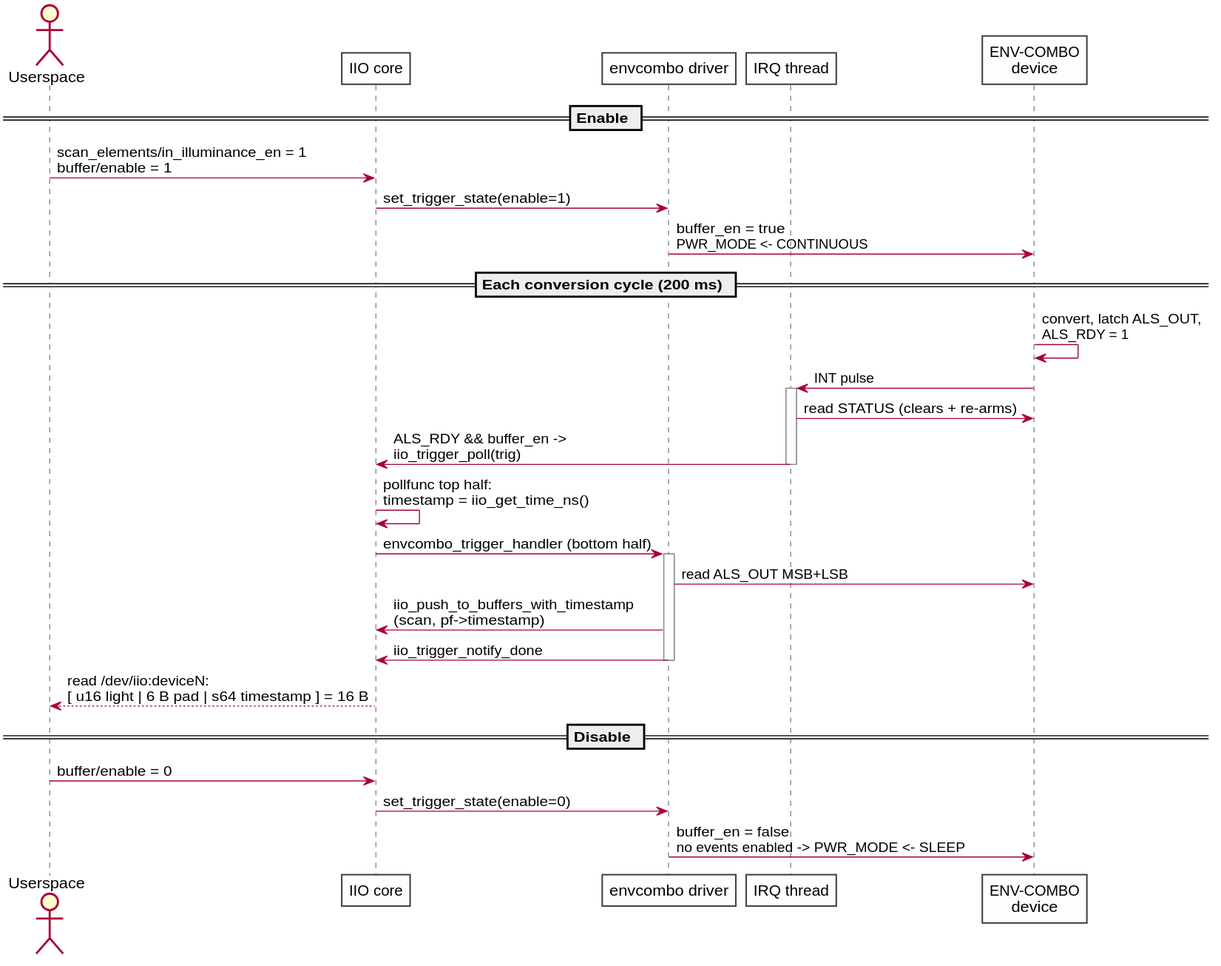
This is docs/diagrams/buffer-flow-seq.svg from giltabibian/NanitComboSensor, a PlantUML export, as it was before one commit. The source it was exported from:
```plantuml
@startuml buffer-flow-seq
skinparam shadowing false
skinparam defaultFontName Helvetica
skinparam sequence {
  ParticipantBackgroundColor #FDFDFD
  ParticipantBorderColor #444444
  LifeLineBorderColor #888888
}

actor Userspace as US
participant "IIO core" as IIO
participant "envcombo driver" as DRV
participant "IRQ thread" as IRQ
participant "ENV-COMBO\ndevice" as HW

== Enable ==
US -> IIO : scan_elements/in_illuminance_en = 1\nbuffer/enable = 1
IIO -> DRV : set_trigger_state(enable=1)
DRV -> HW : buffer_en = true\nPWR_MODE <- CONTINUOUS

== Each conversion cycle (200 ms) ==
HW -> HW : convert, latch ALS_OUT,\nALS_RDY = 1
HW -> IRQ : INT pulse
activate IRQ
IRQ -> HW : read STATUS (clears + re-arms)
IRQ -> IIO : ALS_RDY && buffer_en ->\niio_trigger_poll(trig)
deactivate IRQ
IIO -> IIO : pollfunc top half:\ntimestamp = iio_get_time_ns()
IIO -> DRV : envcombo_trigger_handler (bottom half)
activate DRV
DRV -> HW : read ALS_OUT MSB+LSB
DRV -> IIO : iio_push_to_buffers_with_timestamp\n(scan, pf->timestamp)
DRV -> IIO : iio_trigger_notify_done
deactivate DRV
IIO --> US : read /dev/iio:deviceN:\n[ u16 light | 6 B pad | s64 timestamp ] = 16 B

== Disable ==
US -> IIO : buffer/enable = 0
IIO -> DRV : set_trigger_state(enable=0)
DRV -> HW : buffer_en = false\nno events enabled -> PWR_MODE <- SLEEP
@enduml
```
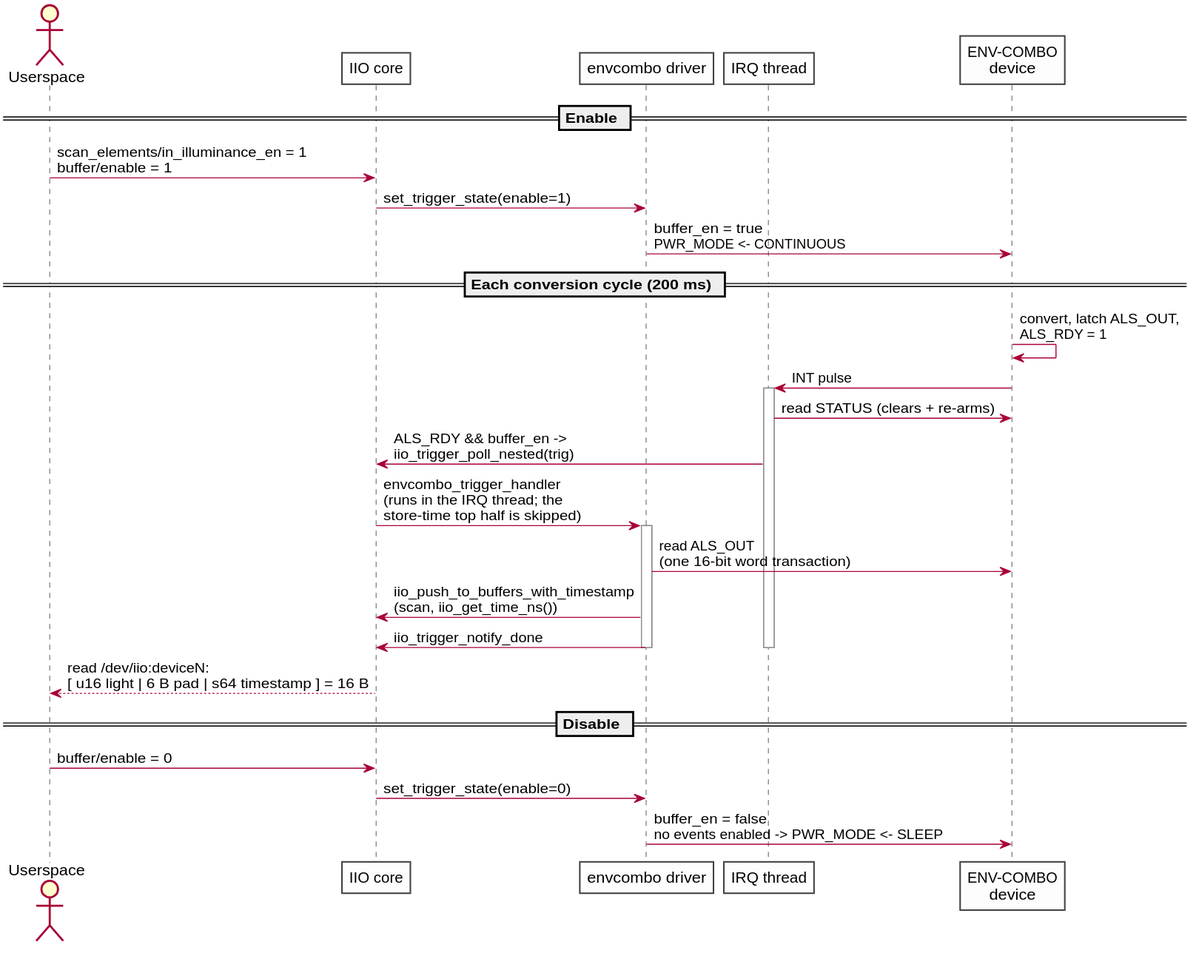
The same diagram one commit later.

The edit, as a diff of the source:
```diff
@@ -23,15 +23,14 @@
 HW -> IRQ : INT pulse
 activate IRQ
 IRQ -> HW : read STATUS (clears + re-arms)
-IRQ -> IIO : ALS_RDY && buffer_en ->\niio_trigger_poll(trig)
-deactivate IRQ
-IIO -> IIO : pollfunc top half:\ntimestamp = iio_get_time_ns()
-IIO -> DRV : envcombo_trigger_handler (bottom half)
+IRQ -> IIO : ALS_RDY && buffer_en ->\niio_trigger_poll_nested(trig)
+IIO -> DRV : envcombo_trigger_handler\n(runs in the IRQ thread; the\nstore-time top half is skipped)
 activate DRV
-DRV -> HW : read ALS_OUT MSB+LSB
-DRV -> IIO : iio_push_to_buffers_with_timestamp\n(scan, pf->timestamp)
+DRV -> HW : read ALS_OUT\n(one 16-bit word transaction)
+DRV -> IIO : iio_push_to_buffers_with_timestamp\n(scan, iio_get_time_ns())
 DRV -> IIO : iio_trigger_notify_done
 deactivate DRV
+deactivate IRQ
 IIO --> US : read /dev/iio:deviceN:\n[ u16 light | 6 B pad | s64 timestamp ] = 16 B
 
 == Disable ==
```
